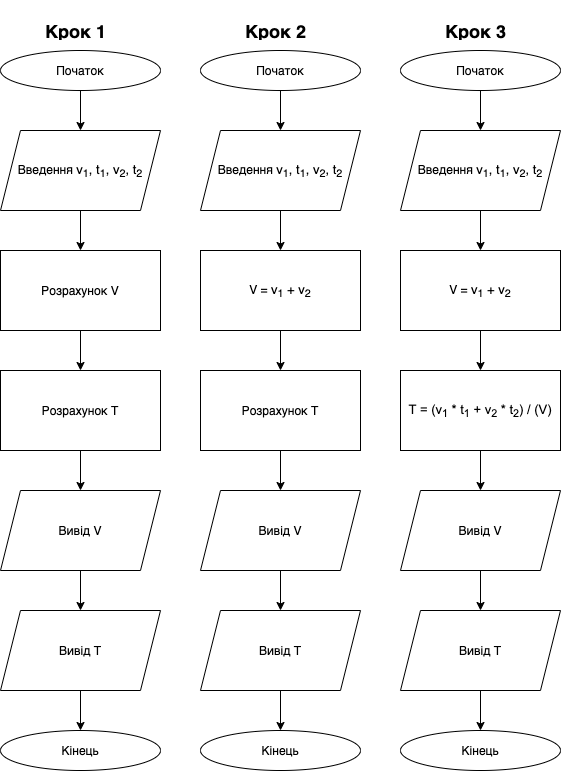
The draw.io diagram АСД/Lab-1/assets/Lab-1.png in doichev-kostia/kpi, before a commit. Source tidied: cells renumbered, new cells last; positions are measured from the earlier drawing's top-left corner, leaving out a move shared by most shapes.
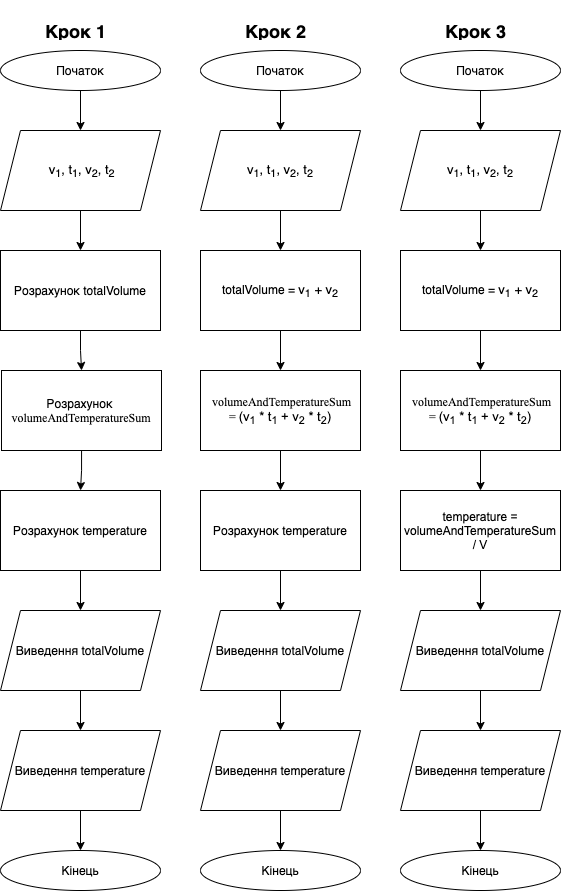
The same diagram one commit later.

Diff of the diagram source:
```diff
@@ -11,35 +11,37 @@
     <mxCell id="4" style="edgeStyle=orthogonalEdgeStyle;rounded=0;jettySize=auto;html=1;" parent="1" edge="1" source="5" target="7">
       <mxGeometry relative="1" as="geometry" />
     </mxCell>
-    <mxCell id="5" value="Введення &lt;font style=&quot;font-size: 13px&quot;&gt;&lt;font style=&quot;font-size: 13px&quot;&gt;v&lt;/font&gt;&lt;font style=&quot;font-size: 13px&quot;&gt;&lt;sub&gt;1&lt;/sub&gt;&lt;/font&gt;, &lt;font style=&quot;font-size: 13px&quot;&gt;t&lt;/font&gt;&lt;font style=&quot;font-size: 13px&quot;&gt;&lt;sub&gt;1&lt;/sub&gt;&lt;/font&gt;, &lt;font style=&quot;font-size: 13px&quot;&gt;v&lt;/font&gt;&lt;font style=&quot;font-size: 13px&quot;&gt;&lt;sub&gt;2&lt;/sub&gt;&lt;/font&gt;, &lt;font style=&quot;font-size: 13px&quot;&gt;t&lt;/font&gt;&lt;font style=&quot;font-size: 13px&quot;&gt;&lt;sub&gt;2&lt;/sub&gt;&lt;/font&gt;&lt;/font&gt;" style="shape=parallelogram;perimeter=parallelogramPerimeter;whiteSpace=wrap;html=1;fixedSize=1;" parent="1" vertex="1">
+    <mxCell id="5" value="&amp;nbsp;&lt;font style=&quot;font-size: 13px&quot;&gt;&lt;font style=&quot;font-size: 13px&quot;&gt;v&lt;/font&gt;&lt;font style=&quot;font-size: 13px&quot;&gt;&lt;sub&gt;1&lt;/sub&gt;&lt;/font&gt;, &lt;font style=&quot;font-size: 13px&quot;&gt;t&lt;/font&gt;&lt;font style=&quot;font-size: 13px&quot;&gt;&lt;sub&gt;1&lt;/sub&gt;&lt;/font&gt;, &lt;font style=&quot;font-size: 13px&quot;&gt;v&lt;/font&gt;&lt;font style=&quot;font-size: 13px&quot;&gt;&lt;sub&gt;2&lt;/sub&gt;&lt;/font&gt;, &lt;font style=&quot;font-size: 13px&quot;&gt;t&lt;/font&gt;&lt;font style=&quot;font-size: 13px&quot;&gt;&lt;sub&gt;2&lt;/sub&gt;&lt;/font&gt;&lt;/font&gt;" style="shape=parallelogram;perimeter=parallelogramPerimeter;whiteSpace=wrap;html=1;fixedSize=1;" parent="1" vertex="1">
       <mxGeometry y="120" width="160" height="80" as="geometry" />
     </mxCell>
-    <mxCell id="6" style="edgeStyle=orthogonalEdgeStyle;rounded=0;jettySize=auto;html=1;" parent="1" edge="1" source="7" target="9">
-      <mxGeometry relative="1" as="geometry" />
-    </mxCell>
+    <mxCell id="44" style="edgeStyle=orthogonalEdgeStyle;rounded=0;jettySize=auto;html=1;" parent="1" edge="1" source="7" target="48">
+      <mxGeometry relative="1" as="geometry" />
+    </mxCell>
-    <mxCell id="7" value="Розрахунок V" style="rounded=0;whiteSpace=wrap;html=1;" parent="1" vertex="1">
+    <mxCell id="7" value="Розрахунок totalVolume" style="rounded=0;whiteSpace=wrap;html=1;" parent="1" vertex="1">
       <mxGeometry y="240" width="160" height="80" as="geometry" />
     </mxCell>
-    <mxCell id="8" style="edgeStyle=orthogonalEdgeStyle;rounded=0;jettySize=auto;html=1;" parent="1" edge="1" source="9" target="11">
-      <mxGeometry relative="1" as="geometry" />
+    <mxCell id="8" style="edgeStyle=orthogonalEdgeStyle;rounded=0;jettySize=auto;html=1;" parent="1" edge="1" target="11">
+      <mxGeometry relative="1" as="geometry">
+        <mxPoint x="80" y="550" as="sourcePoint" />
+      </mxGeometry>
     </mxCell>
-    <mxCell id="9" value="Розрахунок T" style="rounded=0;whiteSpace=wrap;html=1;" parent="1" vertex="1">
-      <mxGeometry y="360" width="160" height="80" as="geometry" />
+    <mxCell id="9" value="Розрахунок temperature" style="rounded=0;whiteSpace=wrap;html=1;" parent="1" vertex="1">
+      <mxGeometry y="480" width="160" height="80" as="geometry" />
     </mxCell>
     <mxCell id="10" style="edgeStyle=orthogonalEdgeStyle;rounded=0;jettySize=auto;html=1;" parent="1" edge="1" source="11" target="13">
       <mxGeometry relative="1" as="geometry" />
     </mxCell>
-    <mxCell id="11" value="Вивід V" style="shape=parallelogram;perimeter=parallelogramPerimeter;whiteSpace=wrap;html=1;fixedSize=1;" parent="1" vertex="1">
-      <mxGeometry y="480" width="160" height="80" as="geometry" />
+    <mxCell id="11" value="Виведення totalVolume" style="shape=parallelogram;perimeter=parallelogramPerimeter;whiteSpace=wrap;html=1;fixedSize=1;" parent="1" vertex="1">
+      <mxGeometry y="600" width="160" height="80" as="geometry" />
     </mxCell>
     <mxCell id="12" style="edgeStyle=orthogonalEdgeStyle;rounded=0;jettySize=auto;html=1;" parent="1" edge="1" source="13" target="14">
       <mxGeometry relative="1" as="geometry" />
     </mxCell>
-    <mxCell id="13" value="Вивід T" style="shape=parallelogram;perimeter=parallelogramPerimeter;whiteSpace=wrap;html=1;fixedSize=1;" parent="1" vertex="1">
-      <mxGeometry y="600" width="160" height="80" as="geometry" />
+    <mxCell id="13" value="Виведення temperature" style="shape=parallelogram;perimeter=parallelogramPerimeter;whiteSpace=wrap;html=1;fixedSize=1;" parent="1" vertex="1">
+      <mxGeometry y="720" width="160" height="80" as="geometry" />
     </mxCell>
     <mxCell id="14" value="Кінець" style="ellipse;whiteSpace=wrap;html=1;" parent="1" vertex="1">
-      <mxGeometry y="720" width="160" height="40" as="geometry" />
+      <mxGeometry y="840" width="160" height="40" as="geometry" />
     </mxCell>
     <mxCell id="15" style="edgeStyle=orthogonalEdgeStyle;rounded=0;jettySize=auto;html=1;" parent="1" edge="1" source="16" target="18">
       <mxGeometry relative="1" as="geometry" />
@@ -50,35 +52,35 @@
     <mxCell id="17" style="edgeStyle=orthogonalEdgeStyle;rounded=0;jettySize=auto;html=1;" parent="1" edge="1" source="18" target="20">
       <mxGeometry relative="1" as="geometry" />
     </mxCell>
-    <mxCell id="18" value="Введення &lt;font style=&quot;font-size: 13px&quot;&gt;&lt;font style=&quot;font-size: 13px&quot;&gt;v&lt;/font&gt;&lt;font style=&quot;font-size: 13px&quot;&gt;&lt;sub&gt;1&lt;/sub&gt;&lt;/font&gt;, &lt;font style=&quot;font-size: 13px&quot;&gt;t&lt;/font&gt;&lt;font style=&quot;font-size: 13px&quot;&gt;&lt;sub&gt;1&lt;/sub&gt;&lt;/font&gt;, &lt;font style=&quot;font-size: 13px&quot;&gt;v&lt;/font&gt;&lt;font style=&quot;font-size: 13px&quot;&gt;&lt;sub&gt;2&lt;/sub&gt;&lt;/font&gt;, &lt;font style=&quot;font-size: 13px&quot;&gt;t&lt;/font&gt;&lt;font style=&quot;font-size: 13px&quot;&gt;&lt;sub&gt;2&lt;/sub&gt;&lt;/font&gt;&lt;/font&gt;" style="shape=parallelogram;perimeter=parallelogramPerimeter;whiteSpace=wrap;html=1;fixedSize=1;" parent="1" vertex="1">
+    <mxCell id="18" value="&lt;font style=&quot;font-size: 13px&quot;&gt;&lt;font style=&quot;font-size: 13px&quot;&gt;v&lt;/font&gt;&lt;font style=&quot;font-size: 13px&quot;&gt;&lt;sub&gt;1&lt;/sub&gt;&lt;/font&gt;, &lt;font style=&quot;font-size: 13px&quot;&gt;t&lt;/font&gt;&lt;font style=&quot;font-size: 13px&quot;&gt;&lt;sub&gt;1&lt;/sub&gt;&lt;/font&gt;, &lt;font style=&quot;font-size: 13px&quot;&gt;v&lt;/font&gt;&lt;font style=&quot;font-size: 13px&quot;&gt;&lt;sub&gt;2&lt;/sub&gt;&lt;/font&gt;, &lt;font style=&quot;font-size: 13px&quot;&gt;t&lt;/font&gt;&lt;font style=&quot;font-size: 13px&quot;&gt;&lt;sub&gt;2&lt;/sub&gt;&lt;/font&gt;&lt;/font&gt;" style="shape=parallelogram;perimeter=parallelogramPerimeter;whiteSpace=wrap;html=1;fixedSize=1;" parent="1" vertex="1">
       <mxGeometry x="200" y="120" width="160" height="80" as="geometry" />
     </mxCell>
-    <mxCell id="19" style="edgeStyle=orthogonalEdgeStyle;rounded=0;jettySize=auto;html=1;" parent="1" edge="1" source="20" target="22">
-      <mxGeometry relative="1" as="geometry" />
-    </mxCell>
+    <mxCell id="45" style="edgeStyle=orthogonalEdgeStyle;rounded=0;jettySize=auto;html=1;" parent="1" edge="1" source="20" target="50">
+      <mxGeometry relative="1" as="geometry" />
+    </mxCell>
-    <mxCell id="20" value="V = &lt;span style=&quot;font-size: 13px&quot;&gt;v&lt;sub&gt;1&lt;/sub&gt; + v&lt;sub&gt;2&lt;/sub&gt;&lt;/span&gt;" style="rounded=0;whiteSpace=wrap;html=1;" parent="1" vertex="1">
+    <mxCell id="20" value="totalVolume = &lt;span style=&quot;font-size: 13px&quot;&gt;v&lt;sub&gt;1&lt;/sub&gt; + v&lt;sub&gt;2&lt;/sub&gt;&lt;/span&gt;" style="rounded=0;whiteSpace=wrap;html=1;" parent="1" vertex="1">
       <mxGeometry x="200" y="240" width="160" height="80" as="geometry" />
     </mxCell>
     <mxCell id="21" style="edgeStyle=orthogonalEdgeStyle;rounded=0;jettySize=auto;html=1;" parent="1" edge="1" source="22" target="24">
       <mxGeometry relative="1" as="geometry" />
     </mxCell>
-    <mxCell id="22" value="Розрахунок T" style="rounded=0;whiteSpace=wrap;html=1;" parent="1" vertex="1">
-      <mxGeometry x="200" y="360" width="160" height="80" as="geometry" />
+    <mxCell id="22" value="Розрахунок temperature" style="rounded=0;whiteSpace=wrap;html=1;" parent="1" vertex="1">
+      <mxGeometry x="200" y="480" width="160" height="80" as="geometry" />
     </mxCell>
     <mxCell id="23" style="edgeStyle=orthogonalEdgeStyle;rounded=0;jettySize=auto;html=1;" parent="1" edge="1" source="24" target="26">
       <mxGeometry relative="1" as="geometry" />
     </mxCell>
-    <mxCell id="24" value="Вивід V" style="shape=parallelogram;perimeter=parallelogramPerimeter;whiteSpace=wrap;html=1;fixedSize=1;" parent="1" vertex="1">
-      <mxGeometry x="200" y="480" width="160" height="80" as="geometry" />
+    <mxCell id="24" value="Виведення totalVolume" style="shape=parallelogram;perimeter=parallelogramPerimeter;whiteSpace=wrap;html=1;fixedSize=1;" parent="1" vertex="1">
+      <mxGeometry x="200" y="600" width="160" height="80" as="geometry" />
     </mxCell>
     <mxCell id="25" style="edgeStyle=orthogonalEdgeStyle;rounded=0;jettySize=auto;html=1;" parent="1" edge="1" source="26" target="27">
       <mxGeometry relative="1" as="geometry" />
     </mxCell>
-    <mxCell id="26" value="Вивід T" style="shape=parallelogram;perimeter=parallelogramPerimeter;whiteSpace=wrap;html=1;fixedSize=1;" parent="1" vertex="1">
-      <mxGeometry x="200" y="600" width="160" height="80" as="geometry" />
+    <mxCell id="26" value="Виведення temperature" style="shape=parallelogram;perimeter=parallelogramPerimeter;whiteSpace=wrap;html=1;fixedSize=1;" parent="1" vertex="1">
+      <mxGeometry x="200" y="720" width="160" height="80" as="geometry" />
     </mxCell>
     <mxCell id="27" value="Кінець" style="ellipse;whiteSpace=wrap;html=1;" parent="1" vertex="1">
-      <mxGeometry x="200" y="720" width="160" height="40" as="geometry" />
+      <mxGeometry x="200" y="840" width="160" height="40" as="geometry" />
     </mxCell>
     <mxCell id="28" style="edgeStyle=orthogonalEdgeStyle;rounded=0;jettySize=auto;html=1;" parent="1" edge="1" source="29" target="31">
       <mxGeometry relative="1" as="geometry" />
@@ -89,35 +91,35 @@
     <mxCell id="30" style="edgeStyle=orthogonalEdgeStyle;rounded=0;jettySize=auto;html=1;" parent="1" edge="1" source="31" target="33">
       <mxGeometry relative="1" as="geometry" />
     </mxCell>
-    <mxCell id="31" value="Введення &lt;font style=&quot;font-size: 13px&quot;&gt;&lt;font style=&quot;font-size: 13px&quot;&gt;v&lt;/font&gt;&lt;font style=&quot;font-size: 13px&quot;&gt;&lt;sub&gt;1&lt;/sub&gt;&lt;/font&gt;, &lt;font style=&quot;font-size: 13px&quot;&gt;t&lt;/font&gt;&lt;font style=&quot;font-size: 13px&quot;&gt;&lt;sub&gt;1&lt;/sub&gt;&lt;/font&gt;, &lt;font style=&quot;font-size: 13px&quot;&gt;v&lt;/font&gt;&lt;font style=&quot;font-size: 13px&quot;&gt;&lt;sub&gt;2&lt;/sub&gt;&lt;/font&gt;, &lt;font style=&quot;font-size: 13px&quot;&gt;t&lt;/font&gt;&lt;font style=&quot;font-size: 13px&quot;&gt;&lt;sub&gt;2&lt;/sub&gt;&lt;/font&gt;&lt;/font&gt;" style="shape=parallelogram;perimeter=parallelogramPerimeter;whiteSpace=wrap;html=1;fixedSize=1;" parent="1" vertex="1">
+    <mxCell id="31" value="&lt;font style=&quot;font-size: 13px&quot;&gt;&lt;font style=&quot;font-size: 13px&quot;&gt;v&lt;/font&gt;&lt;font style=&quot;font-size: 13px&quot;&gt;&lt;sub&gt;1&lt;/sub&gt;&lt;/font&gt;, &lt;font style=&quot;font-size: 13px&quot;&gt;t&lt;/font&gt;&lt;font style=&quot;font-size: 13px&quot;&gt;&lt;sub&gt;1&lt;/sub&gt;&lt;/font&gt;, &lt;font style=&quot;font-size: 13px&quot;&gt;v&lt;/font&gt;&lt;font style=&quot;font-size: 13px&quot;&gt;&lt;sub&gt;2&lt;/sub&gt;&lt;/font&gt;, &lt;font style=&quot;font-size: 13px&quot;&gt;t&lt;/font&gt;&lt;font style=&quot;font-size: 13px&quot;&gt;&lt;sub&gt;2&lt;/sub&gt;&lt;/font&gt;&lt;/font&gt;" style="shape=parallelogram;perimeter=parallelogramPerimeter;whiteSpace=wrap;html=1;fixedSize=1;" parent="1" vertex="1">
       <mxGeometry x="400" y="120" width="160" height="80" as="geometry" />
     </mxCell>
-    <mxCell id="32" style="edgeStyle=orthogonalEdgeStyle;rounded=0;jettySize=auto;html=1;" parent="1" edge="1" source="33" target="35">
-      <mxGeometry relative="1" as="geometry" />
-    </mxCell>
+    <mxCell id="46" style="edgeStyle=orthogonalEdgeStyle;rounded=0;jettySize=auto;html=1;" parent="1" edge="1" source="33" target="52">
+      <mxGeometry relative="1" as="geometry" />
+    </mxCell>
-    <mxCell id="33" value="V =&amp;nbsp;&lt;span style=&quot;font-size: 13px&quot;&gt;v&lt;sub&gt;1&lt;/sub&gt;&amp;nbsp;+ v&lt;sub&gt;2&lt;/sub&gt;&lt;/span&gt;" style="rounded=0;whiteSpace=wrap;html=1;" parent="1" vertex="1">
+    <mxCell id="33" value="totalVolume =&amp;nbsp;&lt;span style=&quot;font-size: 13px&quot;&gt;v&lt;sub&gt;1&lt;/sub&gt;&amp;nbsp;+ v&lt;sub&gt;2&lt;/sub&gt;&lt;/span&gt;" style="rounded=0;whiteSpace=wrap;html=1;" parent="1" vertex="1">
       <mxGeometry x="400" y="240" width="160" height="80" as="geometry" />
     </mxCell>
     <mxCell id="34" style="edgeStyle=orthogonalEdgeStyle;rounded=0;jettySize=auto;html=1;" parent="1" edge="1" source="35" target="37">
       <mxGeometry relative="1" as="geometry" />
     </mxCell>
-    <mxCell id="35" value="&lt;div&gt;&lt;span style=&quot;background-color: transparent ; font-family: &amp;#34;arial&amp;#34; ; font-size: 13px ; vertical-align: baseline&quot;&gt;T = (v&lt;/span&gt;&lt;span style=&quot;background-color: transparent ; font-family: &amp;#34;arial&amp;#34; ; font-size: 13px&quot;&gt;&lt;sub&gt;1&lt;/sub&gt;&lt;/span&gt;&lt;span style=&quot;background-color: transparent ; font-family: &amp;#34;arial&amp;#34; ; font-size: 13px ; vertical-align: baseline&quot;&gt; * t&lt;/span&gt;&lt;span style=&quot;background-color: transparent ; font-family: &amp;#34;arial&amp;#34; ; font-size: 13px&quot;&gt;&lt;sub&gt;1&lt;/sub&gt;&lt;/span&gt;&lt;span style=&quot;background-color: transparent ; font-family: &amp;#34;arial&amp;#34; ; font-size: 13px ; vertical-align: baseline&quot;&gt; + v&lt;/span&gt;&lt;span style=&quot;background-color: transparent ; font-family: &amp;#34;arial&amp;#34; ; font-size: 13px&quot;&gt;&lt;sub&gt;2&lt;/sub&gt;&lt;/span&gt;&lt;span style=&quot;background-color: transparent ; font-family: &amp;#34;arial&amp;#34; ; font-size: 13px ; vertical-align: baseline&quot;&gt; * t&lt;/span&gt;&lt;span style=&quot;background-color: transparent ; font-family: &amp;#34;arial&amp;#34; ; font-size: 13px&quot;&gt;&lt;sub&gt;2&lt;/sub&gt;&lt;/span&gt;&lt;span style=&quot;background-color: transparent ; font-family: &amp;#34;arial&amp;#34; ; font-size: 13px ; vertical-align: baseline&quot;&gt;) / (V)&lt;/span&gt;&lt;/div&gt;" style="rounded=0;whiteSpace=wrap;html=1;align=center;" parent="1" vertex="1">
-      <mxGeometry x="400" y="360" width="160" height="80" as="geometry" />
+    <mxCell id="35" value="&lt;div&gt;&lt;span style=&quot;background-color: transparent ; font-family: &amp;#34;arial&amp;#34; ; vertical-align: baseline&quot;&gt;temperature = volumeAndTemperatureSum&lt;/span&gt;&lt;/div&gt;&lt;div&gt;&lt;span style=&quot;background-color: transparent ; font-family: &amp;#34;arial&amp;#34; ; vertical-align: baseline&quot;&gt;/ V&lt;/span&gt;&lt;/div&gt;" style="rounded=0;whiteSpace=wrap;html=1;align=center;" parent="1" vertex="1">
+      <mxGeometry x="400" y="480" width="160" height="80" as="geometry" />
     </mxCell>
     <mxCell id="36" style="edgeStyle=orthogonalEdgeStyle;rounded=0;jettySize=auto;html=1;" parent="1" edge="1" source="37" target="39">
       <mxGeometry relative="1" as="geometry" />
     </mxCell>
-    <mxCell id="37" value="Вивід V" style="shape=parallelogram;perimeter=parallelogramPerimeter;whiteSpace=wrap;html=1;fixedSize=1;" parent="1" vertex="1">
-      <mxGeometry x="400" y="480" width="160" height="80" as="geometry" />
+    <mxCell id="37" value="Виведення totalVolume" style="shape=parallelogram;perimeter=parallelogramPerimeter;whiteSpace=wrap;html=1;fixedSize=1;" parent="1" vertex="1">
+      <mxGeometry x="400" y="600" width="160" height="80" as="geometry" />
     </mxCell>
     <mxCell id="38" style="edgeStyle=orthogonalEdgeStyle;rounded=0;jettySize=auto;html=1;" parent="1" edge="1" source="39" target="40">
       <mxGeometry relative="1" as="geometry" />
     </mxCell>
-    <mxCell id="39" value="Вивід T" style="shape=parallelogram;perimeter=parallelogramPerimeter;whiteSpace=wrap;html=1;fixedSize=1;" parent="1" vertex="1">
-      <mxGeometry x="400" y="600" width="160" height="80" as="geometry" />
+    <mxCell id="39" value="Виведення temperature" style="shape=parallelogram;perimeter=parallelogramPerimeter;whiteSpace=wrap;html=1;fixedSize=1;" parent="1" vertex="1">
+      <mxGeometry x="400" y="720" width="160" height="80" as="geometry" />
     </mxCell>
     <mxCell id="40" value="Кінець" style="ellipse;whiteSpace=wrap;html=1;" parent="1" vertex="1">
-      <mxGeometry x="400" y="720" width="160" height="40" as="geometry" />
+      <mxGeometry x="400" y="840" width="160" height="40" as="geometry" />
     </mxCell>
     <mxCell id="41" value="&lt;h1&gt;&lt;font style=&quot;font-size: 18px&quot;&gt;Крок 1&lt;/font&gt;&lt;/h1&gt;" style="text;html=1;strokeColor=none;fillColor=none;spacing=5;spacingTop=-20;whiteSpace=wrap;overflow=hidden;rounded=0;" parent="1" vertex="1">
       <mxGeometry x="40" width="95" height="30" as="geometry" />
@@ -128,5 +130,23 @@
     <mxCell id="43" value="&lt;h1&gt;&lt;font style=&quot;font-size: 18px&quot;&gt;Крок 3&lt;/font&gt;&lt;/h1&gt;" style="text;html=1;strokeColor=none;fillColor=none;spacing=5;spacingTop=-20;whiteSpace=wrap;overflow=hidden;rounded=0;" parent="1" vertex="1">
       <mxGeometry x="440" width="95" height="30" as="geometry" />
     </mxCell>
+    <mxCell id="47" style="edgeStyle=orthogonalEdgeStyle;rounded=0;jettySize=auto;html=1;" parent="1" edge="1" source="48" target="9">
+      <mxGeometry relative="1" as="geometry" />
+    </mxCell>
+    <mxCell id="48" value="Розрахунок&lt;font face=&quot;Times New Roman&quot;&gt;&amp;nbsp;&lt;br&gt;volumeAndTemperatureSum&lt;/font&gt;" style="rounded=0;whiteSpace=wrap;html=1;" parent="1" vertex="1">
+      <mxGeometry x="1" y="360" width="160" height="80" as="geometry" />
+    </mxCell>
+    <mxCell id="49" style="edgeStyle=orthogonalEdgeStyle;rounded=0;jettySize=auto;html=1;" parent="1" edge="1" source="50" target="22">
+      <mxGeometry relative="1" as="geometry" />
+    </mxCell>
+    <mxCell id="50" value="&lt;font face=&quot;Times New Roman&quot;&gt;&amp;nbsp;volumeAndTemperatureSum =&amp;nbsp;&lt;/font&gt;&lt;span style=&quot;background-color: transparent ; font-family: &amp;#34;arial&amp;#34; ; font-size: 13px ; vertical-align: baseline&quot;&gt;(v&lt;/span&gt;&lt;span style=&quot;background-color: transparent ; font-family: &amp;#34;arial&amp;#34; ; font-size: 13px&quot;&gt;&lt;sub&gt;1&lt;/sub&gt;&lt;/span&gt;&lt;span style=&quot;background-color: transparent ; font-family: &amp;#34;arial&amp;#34; ; font-size: 13px ; vertical-align: baseline&quot;&gt;&amp;nbsp;* t&lt;/span&gt;&lt;span style=&quot;background-color: transparent ; font-family: &amp;#34;arial&amp;#34; ; font-size: 13px&quot;&gt;&lt;sub&gt;1&lt;/sub&gt;&lt;/span&gt;&lt;span style=&quot;background-color: transparent ; font-family: &amp;#34;arial&amp;#34; ; font-size: 13px ; vertical-align: baseline&quot;&gt;&amp;nbsp;+ v&lt;/span&gt;&lt;span style=&quot;background-color: transparent ; font-family: &amp;#34;arial&amp;#34; ; font-size: 13px&quot;&gt;&lt;sub&gt;2&lt;/sub&gt;&lt;/span&gt;&lt;span style=&quot;background-color: transparent ; font-family: &amp;#34;arial&amp;#34; ; font-size: 13px ; vertical-align: baseline&quot;&gt;&amp;nbsp;* t&lt;/span&gt;&lt;span style=&quot;background-color: transparent ; font-family: &amp;#34;arial&amp;#34; ; font-size: 13px&quot;&gt;&lt;sub&gt;2&lt;/sub&gt;&lt;/span&gt;&lt;span style=&quot;background-color: transparent ; font-family: &amp;#34;arial&amp;#34; ; font-size: 13px ; vertical-align: baseline&quot;&gt;)&lt;/span&gt;" style="rounded=0;whiteSpace=wrap;html=1;" parent="1" vertex="1">
+      <mxGeometry x="200" y="360" width="160" height="80" as="geometry" />
+    </mxCell>
+    <mxCell id="51" style="edgeStyle=orthogonalEdgeStyle;rounded=0;jettySize=auto;html=1;" parent="1" edge="1" source="52" target="35">
+      <mxGeometry relative="1" as="geometry" />
+    </mxCell>
+    <mxCell id="52" value="&lt;font face=&quot;Times New Roman&quot;&gt;&amp;nbsp;volumeAndTemperatureSum =&amp;nbsp;&lt;/font&gt;&lt;span style=&quot;background-color: transparent ; font-family: &amp;#34;arial&amp;#34; ; font-size: 13px ; vertical-align: baseline&quot;&gt;(v&lt;/span&gt;&lt;span style=&quot;background-color: transparent ; font-family: &amp;#34;arial&amp;#34; ; font-size: 13px&quot;&gt;&lt;sub&gt;1&lt;/sub&gt;&lt;/span&gt;&lt;span style=&quot;background-color: transparent ; font-family: &amp;#34;arial&amp;#34; ; font-size: 13px ; vertical-align: baseline&quot;&gt;&amp;nbsp;* t&lt;/span&gt;&lt;span style=&quot;background-color: transparent ; font-family: &amp;#34;arial&amp;#34; ; font-size: 13px&quot;&gt;&lt;sub&gt;1&lt;/sub&gt;&lt;/span&gt;&lt;span style=&quot;background-color: transparent ; font-family: &amp;#34;arial&amp;#34; ; font-size: 13px ; vertical-align: baseline&quot;&gt;&amp;nbsp;+ v&lt;/span&gt;&lt;span style=&quot;background-color: transparent ; font-family: &amp;#34;arial&amp;#34; ; font-size: 13px&quot;&gt;&lt;sub&gt;2&lt;/sub&gt;&lt;/span&gt;&lt;span style=&quot;background-color: transparent ; font-family: &amp;#34;arial&amp;#34; ; font-size: 13px ; vertical-align: baseline&quot;&gt;&amp;nbsp;* t&lt;/span&gt;&lt;span style=&quot;background-color: transparent ; font-family: &amp;#34;arial&amp;#34; ; font-size: 13px&quot;&gt;&lt;sub&gt;2&lt;/sub&gt;&lt;/span&gt;&lt;span style=&quot;background-color: transparent ; font-family: &amp;#34;arial&amp;#34; ; font-size: 13px ; vertical-align: baseline&quot;&gt;)&lt;/span&gt;" style="rounded=0;whiteSpace=wrap;html=1;" parent="1" vertex="1">
+      <mxGeometry x="400" y="360" width="160" height="80" as="geometry" />
+    </mxCell>
   </root>
 </mxGraphModel>
```
